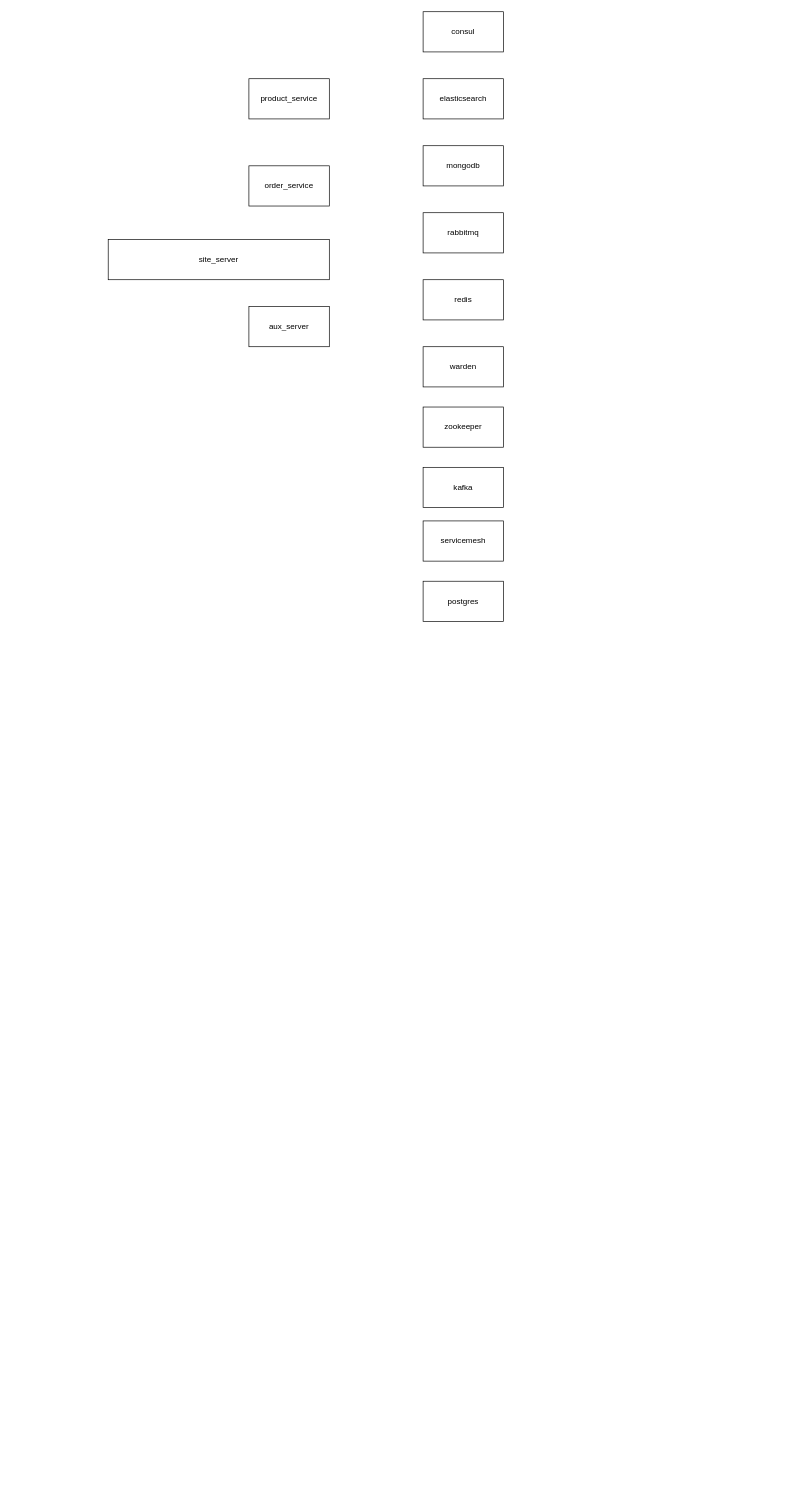
This is sqsp.drawio from mengdage/project-diagram, a draw.io file, before an edit. Source tidied: cells renumbered, new cells numbered last; positions are measured from the earlier drawing's top-left corner, leaving out a move shared by most shapes. Both pictures are drawn from the tidied source at 67%, with x=0, y=0 at pixel (108, 11).
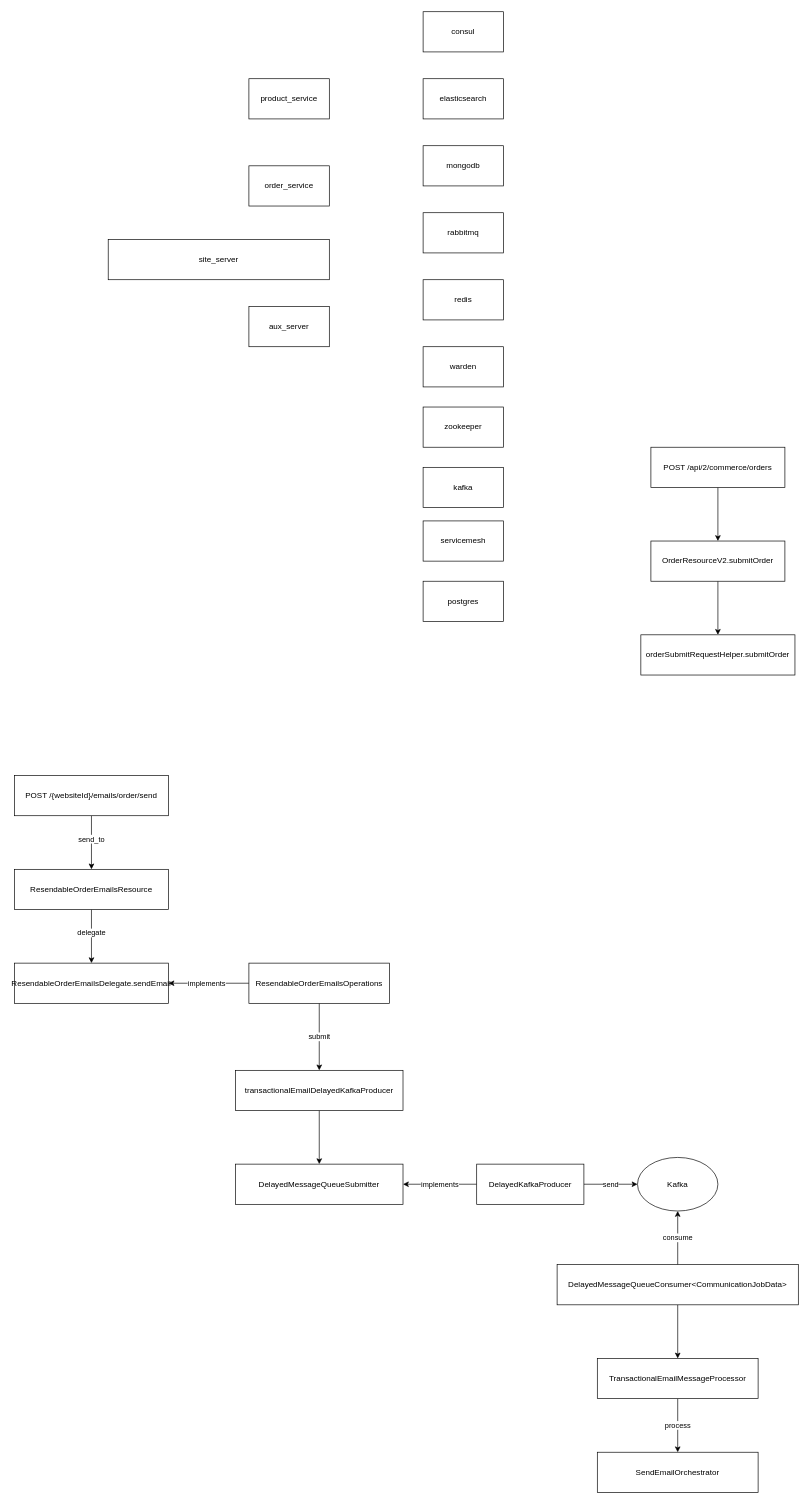
The same diagram, later.

Change to the diagram source:
```diff
@@
+    <mxCell id="16" style="edgeStyle=orthogonalEdgeStyle;rounded=0;jettySize=auto;html=1;" parent="1" edge="1" source="18" target="21">
+      <mxGeometry relative="1" as="geometry" />
+    </mxCell>
+    <mxCell id="17" value="send_to" style="edgeLabel;html=1;align=center;verticalAlign=middle;" parent="16" vertex="1">
+      <mxGeometry x="-0.15" y="-1" relative="1" as="geometry" />
+    </mxCell>
+    <mxCell id="18" value="POST&amp;nbsp;/{websiteId}/emails/order/send" style="rounded=0;whiteSpace=wrap;html=1;" parent="1" vertex="1">
+      <mxGeometry x="-140" y="1140" width="230" height="60" as="geometry" />
+    </mxCell>
+    <mxCell id="19" style="edgeStyle=orthogonalEdgeStyle;rounded=0;jettySize=auto;html=1;" parent="1" edge="1" source="21" target="22">
+      <mxGeometry relative="1" as="geometry" />
+    </mxCell>
+    <mxCell id="20" value="delegate" style="edgeLabel;html=1;align=center;verticalAlign=middle;" parent="19" vertex="1">
+      <mxGeometry x="-0.15" y="-1" relative="1" as="geometry" />
+    </mxCell>
+    <mxCell id="21" value="ResendableOrderEmailsResource" style="rounded=0;whiteSpace=wrap;html=1;" parent="1" vertex="1">
+      <mxGeometry x="-140" y="1280" width="230" height="60" as="geometry" />
+    </mxCell>
+    <mxCell id="22" value="ResendableOrderEmailsDelegate.sendEmail" style="rounded=0;whiteSpace=wrap;html=1;" parent="1" vertex="1">
+      <mxGeometry x="-140" y="1420" width="230" height="60" as="geometry" />
+    </mxCell>
+    <mxCell id="23" style="edgeStyle=orthogonalEdgeStyle;rounded=0;jettySize=auto;html=1;entryX=1;entryY=0.5;entryDx=0;entryDy=0;" parent="1" edge="1" source="26" target="22">
+      <mxGeometry relative="1" as="geometry" />
+    </mxCell>
+    <mxCell id="24" value="implements" style="edgeLabel;html=1;align=center;verticalAlign=middle;" parent="23" vertex="1">
+      <mxGeometry x="0.07" y="-1" relative="1" as="geometry" />
+    </mxCell>
+    <mxCell id="25" value="submit" style="edgeStyle=orthogonalEdgeStyle;rounded=0;jettySize=auto;html=1;" parent="1" edge="1" source="26" target="28">
+      <mxGeometry relative="1" as="geometry" />
+    </mxCell>
+    <mxCell id="26" value="ResendableOrderEmailsOperations" style="rounded=0;whiteSpace=wrap;html=1;" parent="1" vertex="1">
+      <mxGeometry x="210" y="1420" width="210" height="60" as="geometry" />
+    </mxCell>
+    <mxCell id="27" style="edgeStyle=orthogonalEdgeStyle;rounded=0;jettySize=auto;html=1;" parent="1" edge="1" source="28" target="29">
+      <mxGeometry relative="1" as="geometry" />
+    </mxCell>
+    <mxCell id="28" value="transactionalEmailDelayedKafkaProducer" style="rounded=0;whiteSpace=wrap;html=1;" parent="1" vertex="1">
+      <mxGeometry x="190" y="1580" width="250" height="60" as="geometry" />
+    </mxCell>
+    <mxCell id="29" value="DelayedMessageQueueSubmitter" style="rounded=0;whiteSpace=wrap;html=1;" parent="1" vertex="1">
+      <mxGeometry x="190" y="1720" width="250" height="60" as="geometry" />
+    </mxCell>
+    <mxCell id="30" value="implements" style="edgeStyle=orthogonalEdgeStyle;rounded=0;jettySize=auto;html=1;entryX=1;entryY=0.5;entryDx=0;entryDy=0;" parent="1" edge="1" source="32" target="29">
+      <mxGeometry relative="1" as="geometry" />
+    </mxCell>
+    <mxCell id="31" value="send" style="edgeStyle=orthogonalEdgeStyle;rounded=0;jettySize=auto;html=1;entryX=0;entryY=0.5;entryDx=0;entryDy=0;" parent="1" edge="1" source="32" target="33">
+      <mxGeometry relative="1" as="geometry" />
+    </mxCell>
+    <mxCell id="32" value="DelayedKafkaProducer" style="rounded=0;whiteSpace=wrap;html=1;" parent="1" vertex="1">
+      <mxGeometry x="550" y="1720" width="160" height="60" as="geometry" />
+    </mxCell>
+    <mxCell id="33" value="Kafka" style="ellipse;whiteSpace=wrap;html=1;" parent="1" vertex="1">
+      <mxGeometry x="790" y="1710" width="120" height="80" as="geometry" />
+    </mxCell>
+    <mxCell id="34" value="consume" style="edgeStyle=orthogonalEdgeStyle;rounded=0;jettySize=auto;html=1;entryX=0.5;entryY=1;entryDx=0;entryDy=0;" parent="1" edge="1" source="36" target="33">
+      <mxGeometry relative="1" as="geometry" />
+    </mxCell>
+    <mxCell id="35" style="edgeStyle=orthogonalEdgeStyle;rounded=0;jettySize=auto;html=1;" parent="1" edge="1" source="36" target="38">
+      <mxGeometry relative="1" as="geometry" />
+    </mxCell>
+    <mxCell id="36" value="DelayedMessageQueueConsumer&amp;lt;CommunicationJobData&amp;gt;" style="rounded=0;whiteSpace=wrap;html=1;" parent="1" vertex="1">
+      <mxGeometry x="670" y="1870" width="360" height="60" as="geometry" />
+    </mxCell>
+    <mxCell id="37" value="process" style="edgeStyle=orthogonalEdgeStyle;rounded=0;jettySize=auto;html=1;" parent="1" edge="1" source="38" target="39">
+      <mxGeometry relative="1" as="geometry" />
+    </mxCell>
+    <mxCell id="38" value="TransactionalEmailMessageProcessor" style="rounded=0;whiteSpace=wrap;html=1;" parent="1" vertex="1">
+      <mxGeometry x="730" y="2010" width="240" height="60" as="geometry" />
+    </mxCell>
+    <mxCell id="39" value="SendEmailOrchestrator" style="rounded=0;whiteSpace=wrap;html=1;" parent="1" vertex="1">
+      <mxGeometry x="730" y="2150" width="240" height="60" as="geometry" />
+    </mxCell>
+    <mxCell id="40" style="edgeStyle=orthogonalEdgeStyle;rounded=0;jettySize=auto;html=1;" parent="1" edge="1" source="41" target="43">
+      <mxGeometry relative="1" as="geometry" />
+    </mxCell>
+    <mxCell id="41" value="POST /api/2/commerce/orders" style="rounded=0;whiteSpace=wrap;html=1;" parent="1" vertex="1">
+      <mxGeometry x="810" y="650" width="200" height="60" as="geometry" />
+    </mxCell>
+    <mxCell id="42" style="edgeStyle=orthogonalEdgeStyle;rounded=0;jettySize=auto;html=1;" parent="1" edge="1" source="43" target="44">
+      <mxGeometry relative="1" as="geometry" />
+    </mxCell>
+    <mxCell id="43" value="OrderResourceV2.submitOrder" style="rounded=0;whiteSpace=wrap;html=1;" parent="1" vertex="1">
+      <mxGeometry x="810" y="790" width="200" height="60" as="geometry" />
+    </mxCell>
+    <mxCell id="44" value="orderSubmitRequestHelper.submitOrder" style="rounded=0;whiteSpace=wrap;html=1;" parent="1" vertex="1">
+      <mxGeometry x="795" y="930" width="230" height="60" as="geometry" />
+    </mxCell>
```
